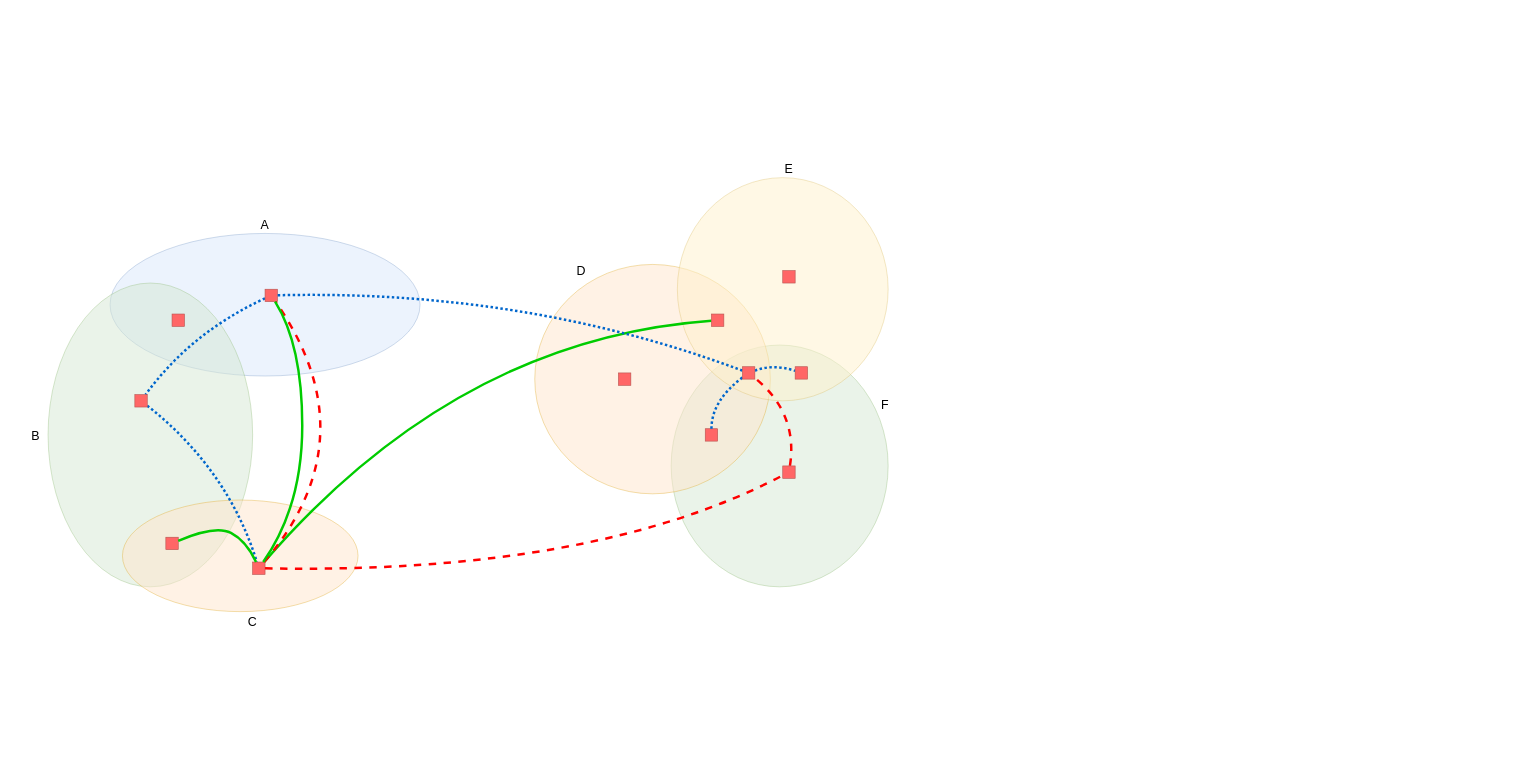
This is craft/d3.drawio from feihu618/drawio, a draw.io file, before an edit. Source tidied: cells renumbered, new cells numbered last; positions are measured from the earlier drawing's top-left corner, leaving out a move shared by most shapes. Both pictures are drawn from the tidied source at 62%, with x=0, y=0 at pixel (11, 159).
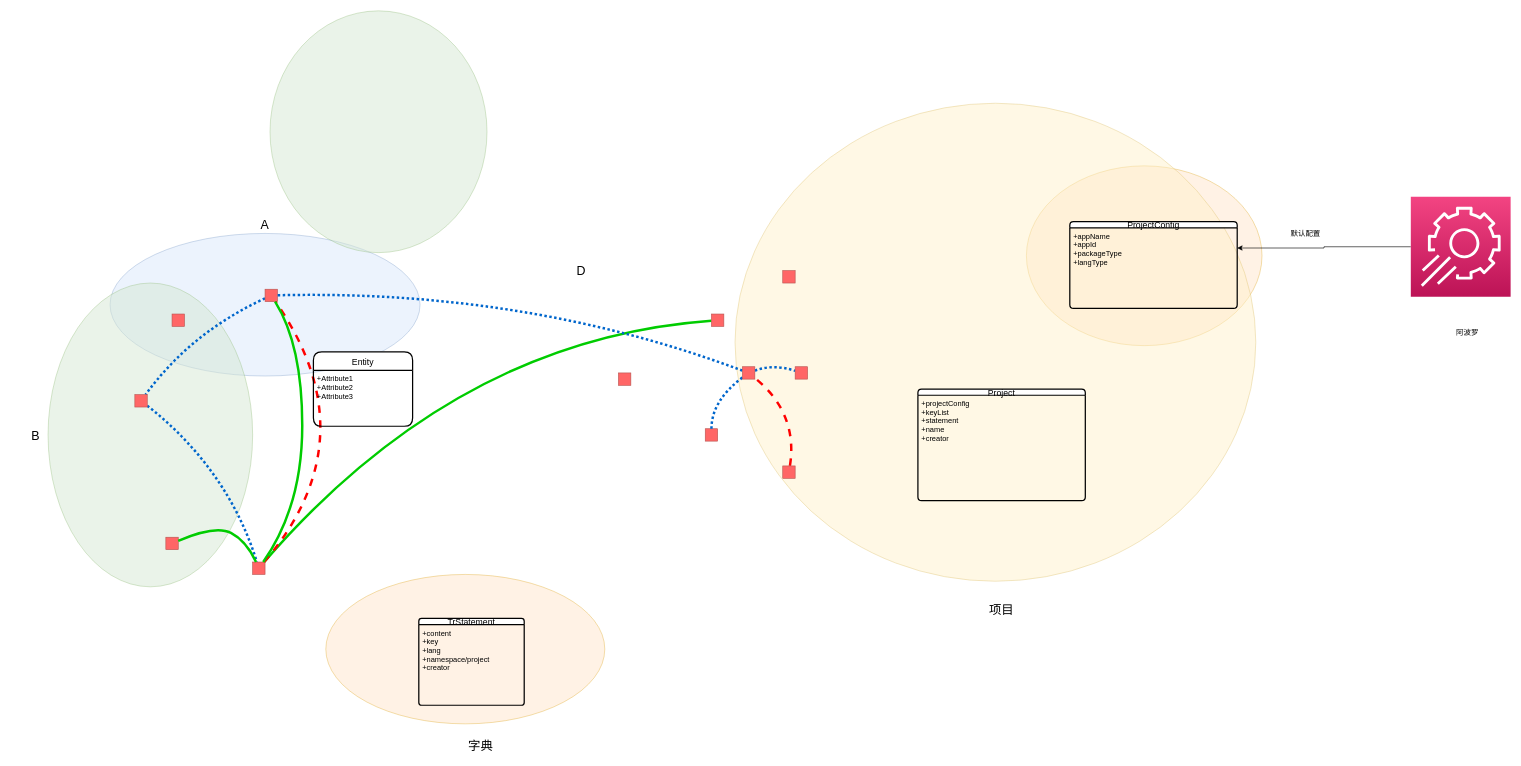
The same page after the edit.

Unchanged cells that the change refers to:
```xml
<mxCell id="15" style="whiteSpace=wrap;html=1;rounded=0;shadow=0;strokeWidth=1;fillColor=#FF6666;fontSize=24;align=right;strokeColor=#b85450;" parent="1" vertex="1">
  <mxGeometry x="390" y="650" width="20" height="20" as="geometry" />
</mxCell>
<mxCell id="19" style="whiteSpace=wrap;html=1;rounded=0;shadow=0;strokeWidth=1;fillColor=#FF6666;fontSize=24;align=right;strokeColor=#b85450;" parent="1" vertex="1">
  <mxGeometry x="1245" y="495" width="20" height="20" as="geometry" />
</mxCell>
```

Change to the diagram source:
```diff
@@
-    <mxCell id="4" style="ellipse;whiteSpace=wrap;html=1;rounded=0;shadow=0;strokeWidth=1;fillColor=#ffe6cc;fontSize=24;align=right;strokeColor=#d79b00;opacity=50;" parent="1" vertex="1">
-      <mxGeometry x="180" y="550" width="380" height="180" as="geometry" />
+    <mxCell id="4" style="ellipse;whiteSpace=wrap;html=1;rounded=0;shadow=0;strokeWidth=1;fillColor=#ffe6cc;fontSize=24;align=center;strokeColor=#d79b00;opacity=50;" parent="1" vertex="1">
+      <mxGeometry x="508" y="670" width="450" height="241" as="geometry" />
     </mxCell>
-    <mxCell id="5" style="ellipse;whiteSpace=wrap;html=1;rounded=0;shadow=0;strokeWidth=1;fillColor=#d5e8d4;fontSize=24;align=right;strokeColor=#82b366;opacity=50;" parent="1" vertex="1">
-      <mxGeometry x="1065" y="300" width="350" height="390" as="geometry" />
-    </mxCell>
     <mxCell id="6" style="ellipse;whiteSpace=wrap;html=1;rounded=0;shadow=0;strokeWidth=1;fillColor=#ffe6cc;fontSize=24;align=right;strokeColor=#d79b00;opacity=50;" parent="1" vertex="1">
-      <mxGeometry x="845" y="170" width="380" height="370" as="geometry" />
+      <mxGeometry x="1638" y="11" width="380" height="290" as="geometry" />
     </mxCell>
     <mxCell id="7" style="ellipse;whiteSpace=wrap;html=1;rounded=0;shadow=0;strokeWidth=1;fillColor=#fff2cc;fontSize=24;align=right;strokeColor=#d6b656;opacity=50;" parent="1" vertex="1">
-      <mxGeometry x="1075" y="30" width="340" height="360" as="geometry" />
+      <mxGeometry x="1168" y="-90" width="840" height="771" as="geometry" />
     </mxCell>
@@
-    <mxCell id="16" style="edgeStyle=none;curved=1;html=1;endArrow=none;endFill=0;strokeColor=#FF0000;strokeWidth=4;fontSize=24;dashed=1;" parent="1" edge="1" source="15" target="19">
-      <mxGeometry relative="1" as="geometry">
-        <Array as="points">
-          <mxPoint x="940" y="670" />
-        </Array>
-      </mxGeometry>
-    </mxCell>
@@
-    <mxCell id="33" value="C" style="text;html=1;strokeColor=none;fillColor=none;align=center;verticalAlign=middle;whiteSpace=wrap;rounded=0;shadow=0;fontSize=20;" parent="1" vertex="1">
-      <mxGeometry x="350" y="730" width="80" height="30" as="geometry" />
+    <mxCell id="33" value="字典" style="text;html=1;strokeColor=none;fillColor=none;align=center;verticalAlign=middle;whiteSpace=wrap;rounded=0;shadow=0;fontSize=20;" parent="1" vertex="1">
+      <mxGeometry x="718" y="931" width="80" height="30" as="geometry" />
     </mxCell>
@@
-    <mxCell id="35" value="E" style="text;html=1;strokeColor=none;fillColor=none;align=center;verticalAlign=middle;whiteSpace=wrap;rounded=0;shadow=0;fontSize=20;" parent="1" vertex="1">
-      <mxGeometry x="1215" width="80" height="30" as="geometry" />
+    <mxCell id="35" value="项目" style="text;html=1;strokeColor=none;fillColor=none;align=center;verticalAlign=middle;whiteSpace=wrap;rounded=0;shadow=0;fontSize=20;" parent="1" vertex="1">
+      <mxGeometry x="1558" y="711" width="80" height="30" as="geometry" />
     </mxCell>
-    <mxCell id="36" value="F" style="text;html=1;strokeColor=none;fillColor=none;align=center;verticalAlign=middle;whiteSpace=wrap;rounded=0;shadow=0;fontSize=20;" parent="1" vertex="1">
-      <mxGeometry x="1370" y="380" width="80" height="30" as="geometry" />
-    </mxCell>
+    <mxCell id="37" value="Entity" style="swimlane;horizontal=1;startSize=30;rounded=1;fontSize=14;fontStyle=0;strokeWidth=2;shadow=0;dashed=0;align=center;" parent="1" vertex="1">
+      <mxGeometry x="488" y="311" width="160" height="120" as="geometry" />
+    </mxCell>
+    <mxCell id="38" value="+Attribute1&#10;+Attribute2&#10;+Attribute3" style="align=left;strokeColor=none;fillColor=none;spacingLeft=4;fontSize=12;verticalAlign=top;" parent="37" vertex="1">
+      <mxGeometry y="30" width="160" height="90" as="geometry" />
+    </mxCell>
+    <mxCell id="39" value="TrStatement" style="swimlane;horizontal=1;startSize=10;rounded=1;fontSize=14;fontStyle=0;strokeWidth=2;shadow=0;dashed=0;align=center;" parent="1" vertex="1">
+      <mxGeometry x="658" y="741" width="170" height="140" as="geometry" />
+    </mxCell>
+    <mxCell id="40" value="+content&#10;+key&#10;+lang&#10;+namespace/project&#10;+creator" style="align=left;strokeColor=none;fillColor=none;spacingLeft=4;fontSize=12;verticalAlign=top;" parent="39" vertex="1">
+      <mxGeometry y="10" width="170" height="130" as="geometry" />
+    </mxCell>
+    <mxCell id="5" style="ellipse;whiteSpace=wrap;html=1;rounded=0;shadow=0;strokeWidth=1;fillColor=#d5e8d4;fontSize=24;align=right;strokeColor=#82b366;opacity=50;" parent="1" vertex="1">
+      <mxGeometry x="418" y="-239" width="350" height="390" as="geometry" />
+    </mxCell>
+    <mxCell id="41" value="Project" style="swimlane;horizontal=1;startSize=10;rounded=1;fontSize=14;fontStyle=0;strokeWidth=2;shadow=0;dashed=0;align=center;arcSize=20;" parent="1" vertex="1">
+      <mxGeometry x="1463" y="371" width="270" height="180" as="geometry" />
+    </mxCell>
+    <mxCell id="42" value="+projectConfig&#10;+keyList&#10;+statement&#10;+name&#10;+creator" style="align=left;strokeColor=none;fillColor=none;spacingLeft=4;fontSize=12;verticalAlign=top;" parent="41" vertex="1">
+      <mxGeometry y="10" width="270" height="170" as="geometry" />
+    </mxCell>
+    <mxCell id="43" value="ProjectConfig" style="swimlane;horizontal=1;startSize=10;rounded=1;fontSize=14;fontStyle=0;strokeWidth=2;shadow=0;dashed=0;align=center;arcSize=20;" parent="1" vertex="1">
+      <mxGeometry x="1708" y="101" width="270" height="140" as="geometry" />
+    </mxCell>
+    <mxCell id="44" value="+appName&#10;+appId&#10;+packageType&#10;+langType" style="align=left;strokeColor=none;fillColor=none;spacingLeft=4;fontSize=12;verticalAlign=top;" parent="43" vertex="1">
+      <mxGeometry y="10" width="270" height="130" as="geometry" />
+    </mxCell>
+    <mxCell id="45" style="edgeStyle=orthogonalEdgeStyle;rounded=0;jettySize=auto;html=1;entryX=1;entryY=0.25;entryDx=0;entryDy=0;" parent="1" edge="1" source="46" target="44">
+      <mxGeometry relative="1" as="geometry" />
+    </mxCell>
+    <mxCell id="46" style="sketch=0;points=[[0,0,0],[0.25,0,0],[0.5,0,0],[0.75,0,0],[1,0,0],[0,1,0],[0.25,1,0],[0.5,1,0],[0.75,1,0],[1,1,0],[0,0.25,0],[0,0.5,0],[0,0.75,0],[1,0.25,0],[1,0.5,0],[1,0.75,0]];points=[[0,0,0],[0.25,0,0],[0.5,0,0],[0.75,0,0],[1,0,0],[0,1,0],[0.25,1,0],[0.5,1,0],[0.75,1,0],[1,1,0],[0,0.25,0],[0,0.5,0],[0,0.75,0],[1,0.25,0],[1,0.5,0],[1,0.75,0]];outlineConnect=0;fontColor=#232F3E;gradientColor=#F34482;gradientDirection=north;fillColor=#BC1356;strokeColor=#ffffff;dashed=0;verticalLabelPosition=bottom;verticalAlign=top;align=center;html=1;fontSize=12;fontStyle=0;shape=mxgraph.aws4.resourceIcon;resIcon=mxgraph.aws4.app_config;" parent="1" vertex="1">
+      <mxGeometry x="2258" y="61" width="161" height="161" as="geometry" />
+    </mxCell>
+    <mxCell id="47" value="阿波罗" style="text;html=1;align=center;verticalAlign=middle;fillColor=none;strokeColor=none;rounded=0;" parent="1" vertex="1">
+      <mxGeometry x="2323.5" y="270" width="50" height="20" as="geometry" />
+    </mxCell>
+    <mxCell id="48" value="默认配置" style="text;html=1;align=center;verticalAlign=middle;fillColor=none;strokeColor=none;rounded=0;" parent="1" vertex="1">
+      <mxGeometry x="2058" y="111" width="60" height="20" as="geometry" />
+    </mxCell>
```
